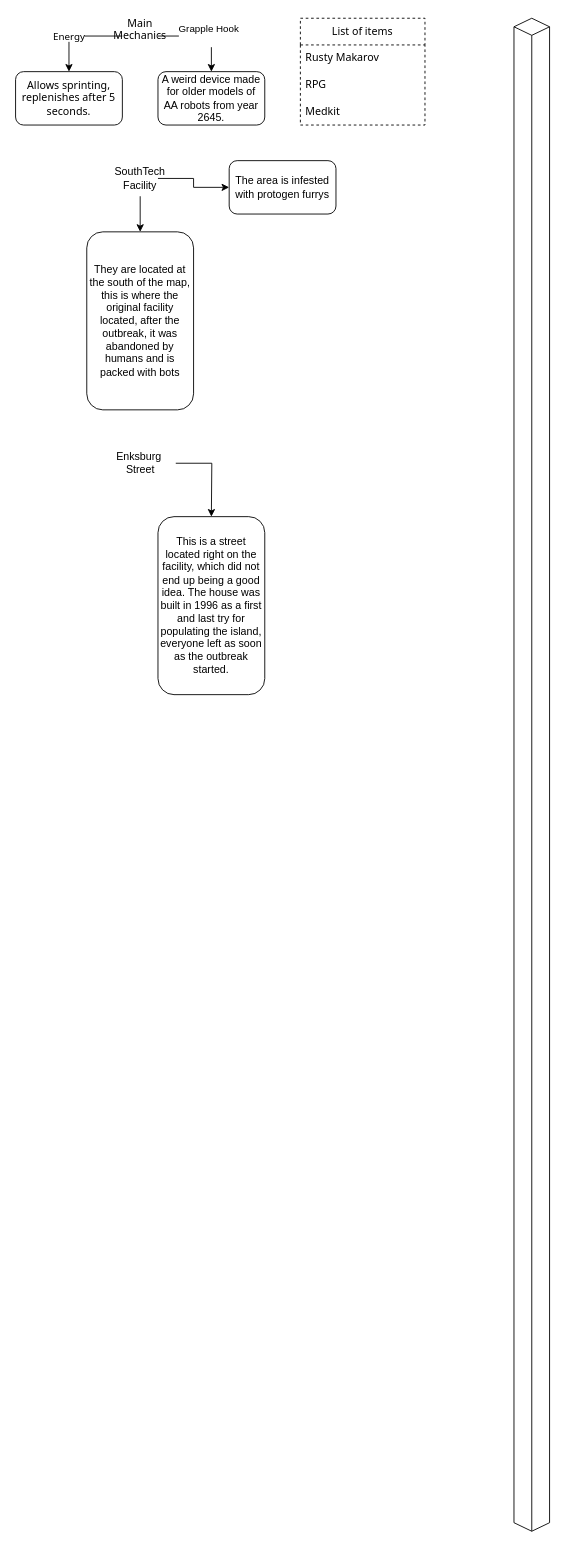
limoncatt/projectsouthdocum keeps this draw.io diagram as ProjectSouth.drawio. Above is the earlier version. Source tidied: cells renumbered, new cells numbered last; positions are measured from the earlier drawing's top-left corner, leaving out a move shared by most shapes. Both pictures are drawn from the tidied source at 89%, with x=0, y=0 at pixel (15, 18).
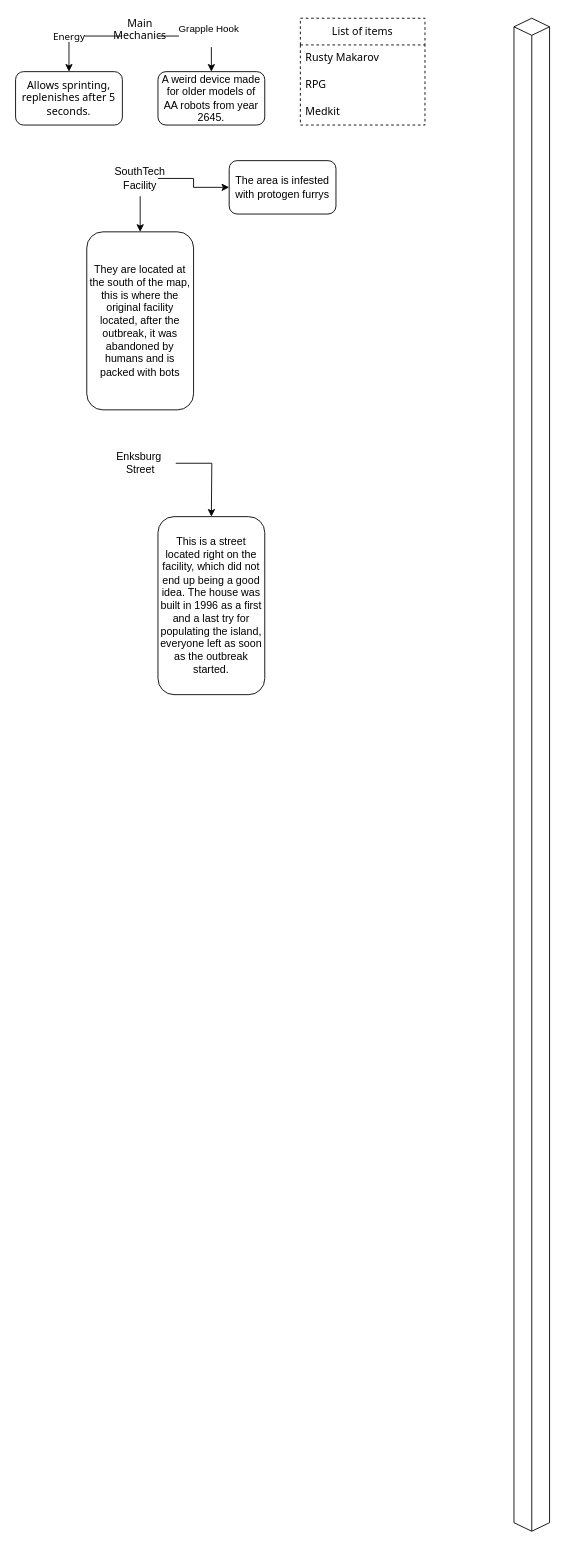
Above is the later version.

The edit, as a diff of the source:
```diff
@@
-    <mxCell id="18" value="This is a street located right on the facility, which did not end up being a good idea. The house was built in 1996 as a first and last try for populating the island, everyone left as soon as the outbreak started." style="rounded=1;whiteSpace=wrap;html=1;" parent="1" vertex="1">
+    <mxCell id="18" value="This is a street located right on the facility, which did not end up being a good idea. The house was built in 1996 as a first and a last try for populating the island, everyone left as soon as the outbreak started." style="rounded=1;whiteSpace=wrap;html=1;" parent="1" vertex="1">
       <mxGeometry x="160" y="560" width="120" height="200" as="geometry" />
     </mxCell>
```
